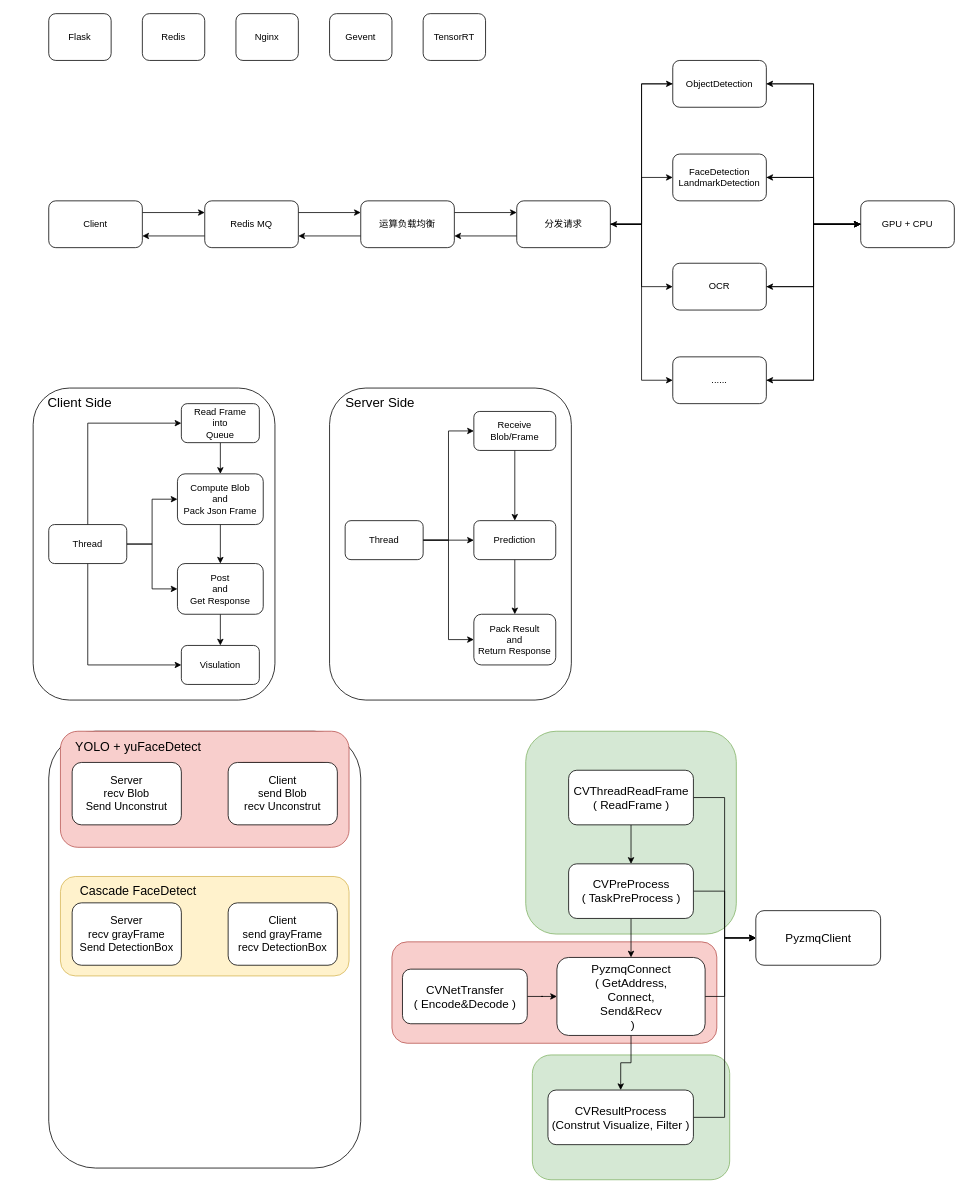
Before: System Design.drawio in houance/CV-API-PlatForm, a draw.io diagram. Source tidied: cells renumbered, new cells numbered last; positions are measured from the earlier drawing's top-left corner, leaving out a move shared by most shapes. Both pictures are drawn from the tidied source at 78%, with x=0, y=0 at pixel (13, 13).
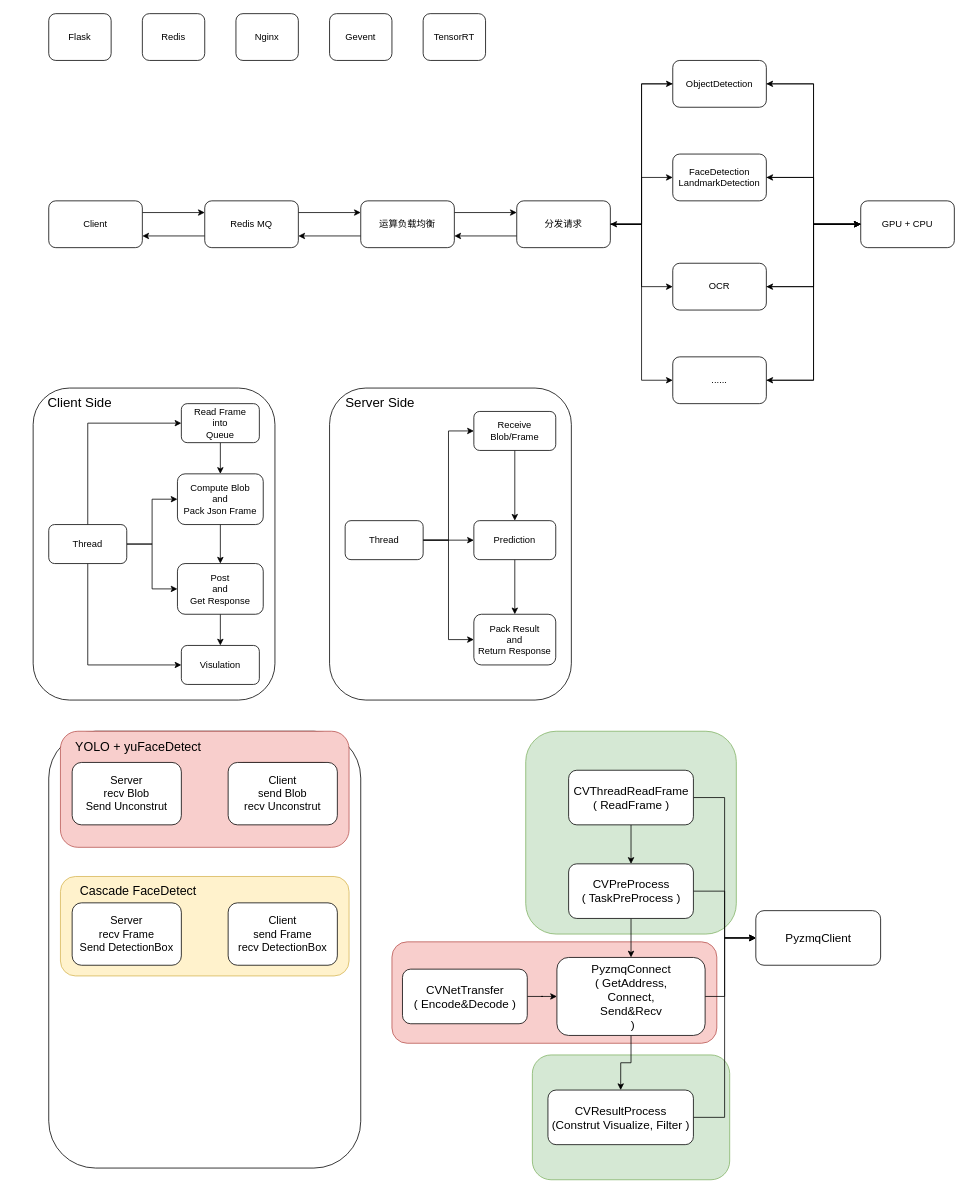
Above is the later version.

Diff of the diagram source:
```diff
@@
-    <mxCell id="81" value="&lt;font style=&quot;font-size: 14px&quot;&gt;Server&lt;br&gt;recv grayFrame&lt;br&gt;Send DetectionBox&lt;br&gt;&lt;/font&gt;" style="rounded=1;whiteSpace=wrap;html=1;" parent="1" vertex="1">
+    <mxCell id="81" value="&lt;font style=&quot;font-size: 14px&quot;&gt;Server&lt;br&gt;recv Frame&lt;br&gt;Send DetectionBox&lt;br&gt;&lt;/font&gt;" style="rounded=1;whiteSpace=wrap;html=1;" parent="1" vertex="1">
       <mxGeometry x="75" y="1140" width="140" height="80" as="geometry" />
     </mxCell>
-    <mxCell id="82" value="&lt;font style=&quot;font-size: 14px&quot;&gt;Client&lt;br&gt;send grayFrame&lt;br&gt;recv DetectionBox&lt;br&gt;&lt;/font&gt;" style="rounded=1;whiteSpace=wrap;html=1;" parent="1" vertex="1">
+    <mxCell id="82" value="&lt;font style=&quot;font-size: 14px&quot;&gt;Client&lt;br&gt;send Frame&lt;br&gt;recv DetectionBox&lt;br&gt;&lt;/font&gt;" style="rounded=1;whiteSpace=wrap;html=1;" parent="1" vertex="1">
       <mxGeometry x="275" y="1140" width="140" height="80" as="geometry" />
     </mxCell>
```
